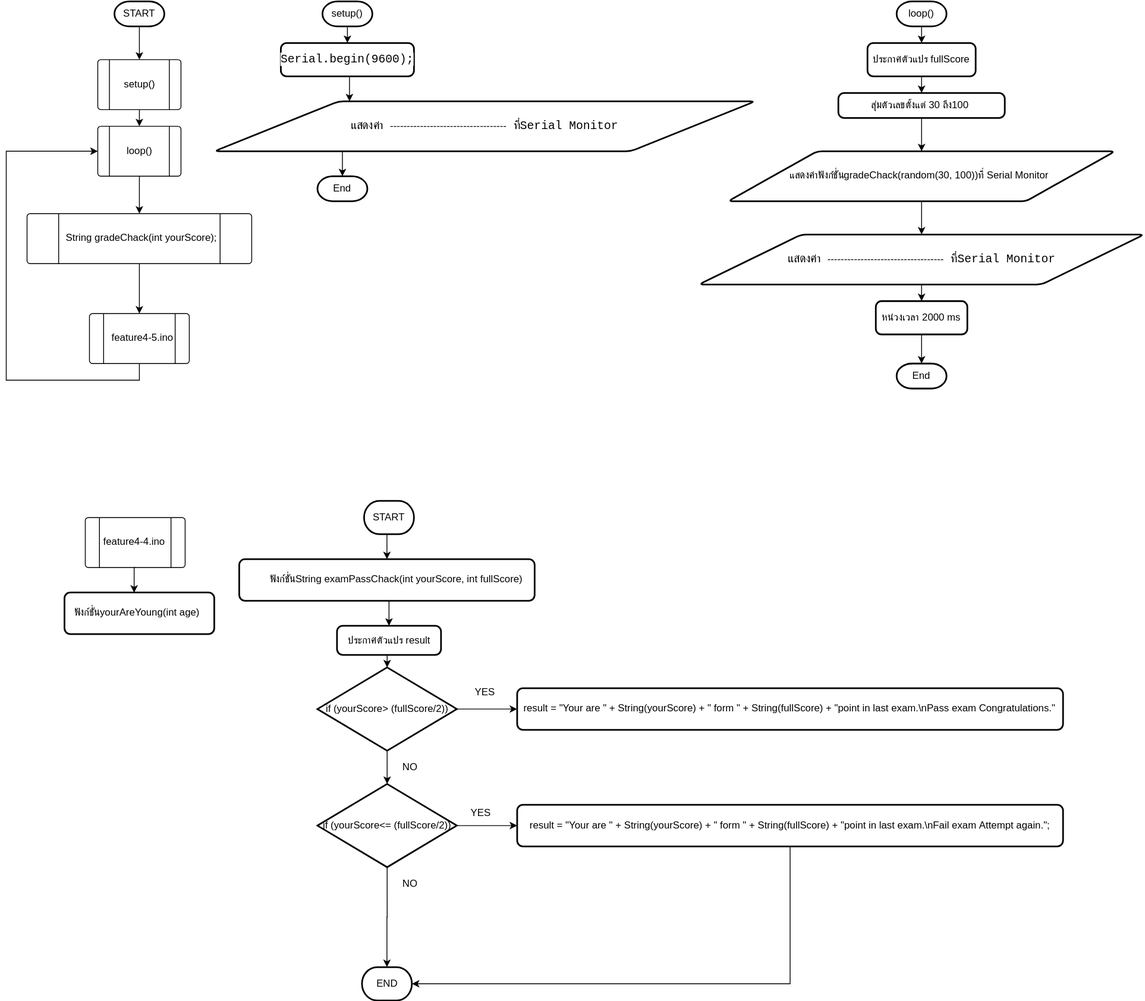
The draw.io diagram Assignment 4/4-5/flowchart 4-5.svg in ruangrith-ri/MDT112-Homework, before a commit. Source tidied: cells renumbered, new cells last; positions are measured from the earlier drawing's top-left corner, leaving out a move shared by most shapes.
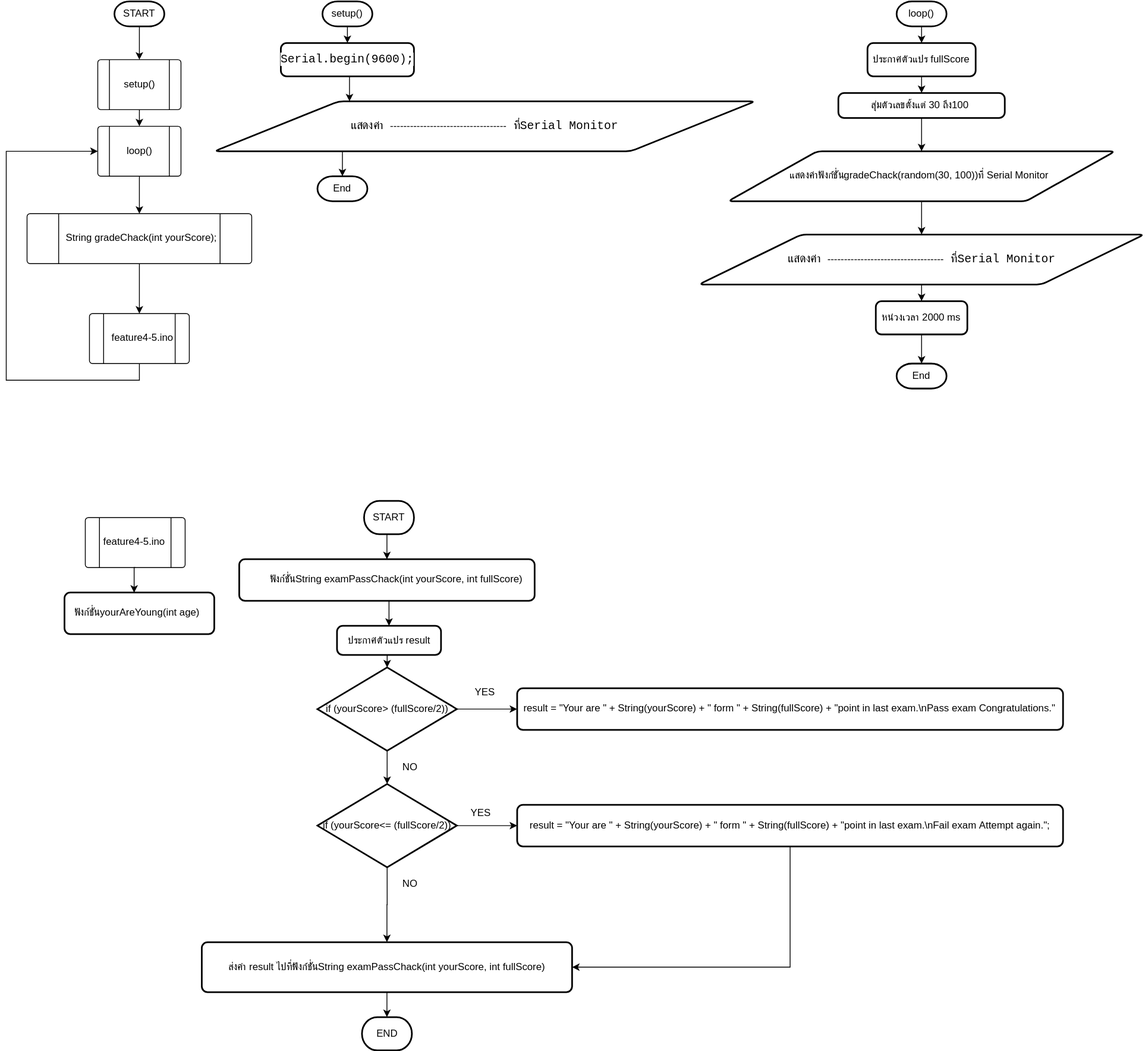
The same diagram one commit later.

Diff of the diagram source:
```diff
@@ -95,7 +95,7 @@
     <mxCell id="30" style="verticalLabelPosition=bottom;verticalAlign=top;html=1;shape=process;whiteSpace=wrap;rounded=1;size=0.14;arcSize=6;fillColor=none;" parent="1" vertex="1">
       <mxGeometry x="95" y="620" width="120" height="60" as="geometry" />
     </mxCell>
-    <mxCell id="31" value="feature4-4.ino" style="text;html=1;" parent="1" vertex="1">
+    <mxCell id="31" value="feature4-5.ino" style="text;html=1;" parent="1" vertex="1">
       <mxGeometry x="115" y="635" width="100" height="30" as="geometry" />
     </mxCell>
     <mxCell id="32" style="rounded=1;whiteSpace=wrap;html=1;absoluteArcSize=1;arcSize=14;strokeWidth=2;fillColor=none;" parent="1" vertex="1">
@@ -144,7 +144,7 @@
       <mxGeometry x="470" y="910" width="30" height="20" as="geometry" />
     </mxCell>
     <mxCell id="47" value="END" style="strokeWidth=2;html=1;shape=mxgraph.flowchart.terminator;whiteSpace=wrap;fillColor=none;" parent="1" vertex="1">
-      <mxGeometry x="427.5" y="1160" width="60" height="40" as="geometry" />
+      <mxGeometry x="427.5" y="1220" width="60" height="40" as="geometry" />
     </mxCell>
     <mxCell id="48" style="edgeStyle=orthogonalEdgeStyle;rounded=0;jettySize=auto;html=1;exitX=0.5;exitY=1;exitDx=0;exitDy=0;entryX=0.5;entryY=0;entryDx=0;entryDy=0;" parent="1" edge="1" source="49" target="22">
       <mxGeometry relative="1" as="geometry" />
@@ -167,15 +167,15 @@
     <mxCell id="54" style="edgeStyle=orthogonalEdgeStyle;rounded=0;jettySize=auto;html=1;exitX=1;exitY=0.5;exitDx=0;exitDy=0;exitPerimeter=0;entryX=0;entryY=0.5;entryDx=0;entryDy=0;" parent="1" edge="1" source="56" target="58">
       <mxGeometry relative="1" as="geometry" />
     </mxCell>
-    <mxCell id="55" style="edgeStyle=orthogonalEdgeStyle;rounded=0;jettySize=auto;html=1;exitX=0.5;exitY=1;exitDx=0;exitDy=0;exitPerimeter=0;entryX=0.5;entryY=0;entryDx=0;entryDy=0;entryPerimeter=0;" parent="1" edge="1" source="56" target="47">
-      <mxGeometry relative="1" as="geometry" />
-    </mxCell>
+    <mxCell id="64" style="edgeStyle=orthogonalEdgeStyle;rounded=0;jettySize=auto;html=1;exitX=0.5;exitY=1;exitDx=0;exitDy=0;exitPerimeter=0;entryX=0.5;entryY=0;entryDx=0;entryDy=0;" parent="1" edge="1" source="56" target="67">
+      <mxGeometry relative="1" as="geometry" />
+    </mxCell>
     <mxCell id="56" value="&lt;span style=&quot;text-align: left ; white-space: nowrap&quot;&gt;if&amp;nbsp;(yourScore&amp;lt;=&amp;nbsp;(fullScore/2))&lt;/span&gt;" style="strokeWidth=2;html=1;shape=mxgraph.flowchart.decision;whiteSpace=wrap;fillColor=none;" parent="1" vertex="1">
       <mxGeometry x="374" y="940" width="167.5" height="100" as="geometry" />
     </mxCell>
-    <mxCell id="57" style="edgeStyle=orthogonalEdgeStyle;rounded=0;jettySize=auto;html=1;exitX=0.5;exitY=1;exitDx=0;exitDy=0;entryX=1;entryY=0.5;entryDx=0;entryDy=0;entryPerimeter=0;" parent="1" edge="1" source="58" target="47">
-      <mxGeometry relative="1" as="geometry" />
-    </mxCell>
+    <mxCell id="65" style="edgeStyle=orthogonalEdgeStyle;rounded=0;jettySize=auto;html=1;exitX=0.5;exitY=1;exitDx=0;exitDy=0;entryX=1;entryY=0.5;entryDx=0;entryDy=0;" parent="1" edge="1" source="58" target="67">
+      <mxGeometry relative="1" as="geometry" />
+    </mxCell>
     <mxCell id="58" value="&lt;span style=&quot;text-align: left&quot;&gt;result&amp;nbsp;=&amp;nbsp;&quot;Your&amp;nbsp;are&amp;nbsp;&quot;&amp;nbsp;+&amp;nbsp;String(yourScore)&amp;nbsp;+&amp;nbsp;&quot;&amp;nbsp;form&amp;nbsp;&quot;&amp;nbsp;+&amp;nbsp;String(fullScore)&amp;nbsp;+&amp;nbsp;&quot;point&amp;nbsp;in&amp;nbsp;last&amp;nbsp;exam.\nFail&amp;nbsp;exam&amp;nbsp;Attempt&amp;nbsp;again.&quot;;&lt;/span&gt;" style="rounded=1;whiteSpace=wrap;html=1;absoluteArcSize=1;arcSize=14;strokeWidth=2;fillColor=none;" parent="1" vertex="1">
       <mxGeometry x="614" y="965" width="656" height="50" as="geometry" />
     </mxCell>
@@ -194,5 +194,11 @@
     <mxCell id="63" value="หน่วงเวลา 2000 ms" style="rounded=1;whiteSpace=wrap;html=1;absoluteArcSize=1;arcSize=14;strokeWidth=2;fillColor=none;" parent="1" vertex="1">
       <mxGeometry x="1045" y="360" width="110" height="40" as="geometry" />
     </mxCell>
+    <mxCell id="66" style="edgeStyle=orthogonalEdgeStyle;rounded=0;jettySize=auto;html=1;exitX=0.5;exitY=1;exitDx=0;exitDy=0;entryX=0.5;entryY=0;entryDx=0;entryDy=0;entryPerimeter=0;" parent="1" edge="1" source="67" target="47">
+      <mxGeometry relative="1" as="geometry" />
+    </mxCell>
+    <mxCell id="67" value="ส่งค่า result ไปที่ฟังก์ชั่น&lt;span style=&quot;text-align: left ; white-space: nowrap&quot;&gt;String&amp;nbsp;examPassChack(int&amp;nbsp;yourScore,&amp;nbsp;int&amp;nbsp;fullScore)&lt;/span&gt;" style="rounded=1;whiteSpace=wrap;html=1;absoluteArcSize=1;arcSize=14;strokeWidth=2;fillColor=none;" parent="1" vertex="1">
+      <mxGeometry x="235" y="1130" width="445" height="60" as="geometry" />
+    </mxCell>
   </root>
 </mxGraphModel>
```
